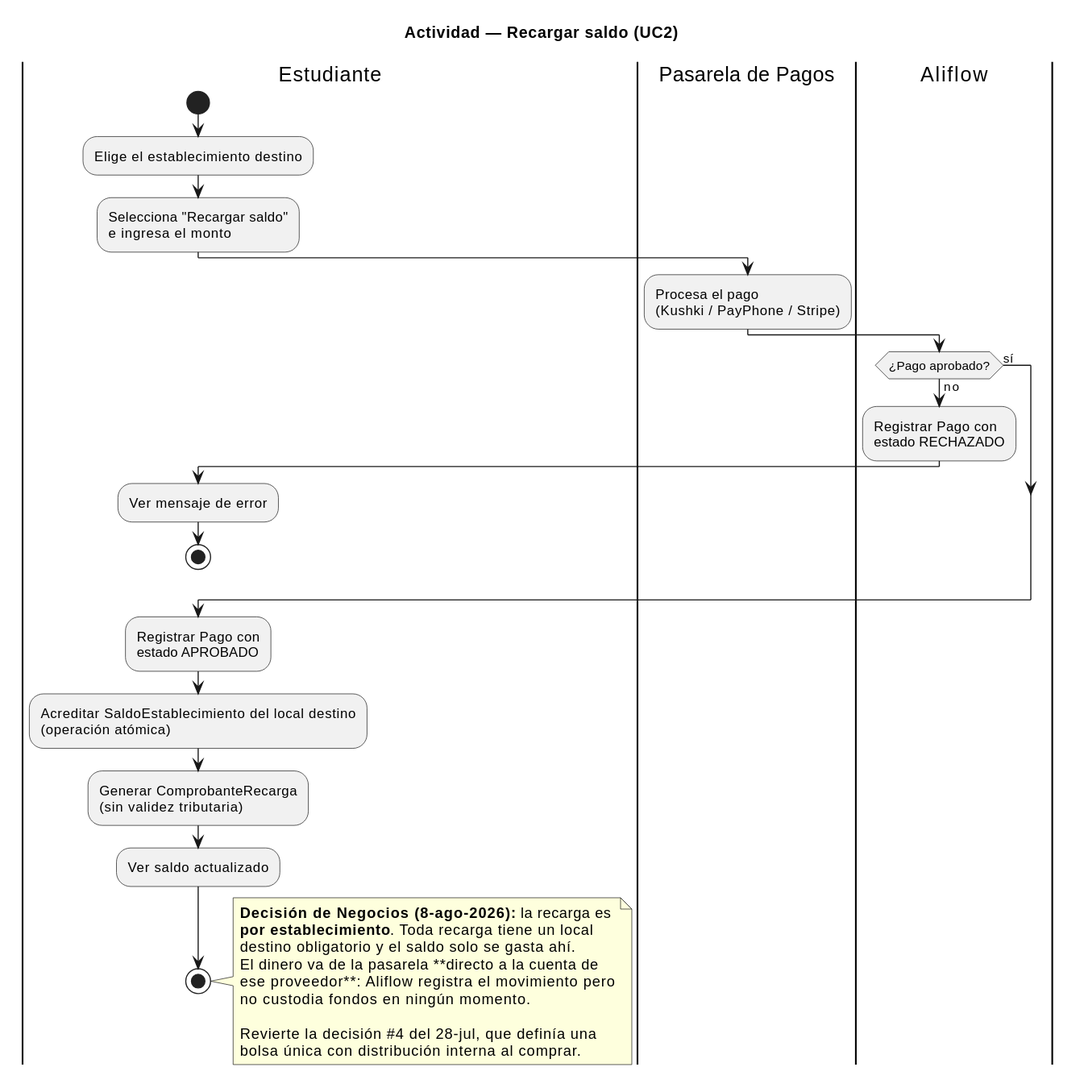
This is Entregables/uml/actividad-recarga-saldo.svg from Jesus-JB/aliflow, a PlantUML export, as it was before one commit.
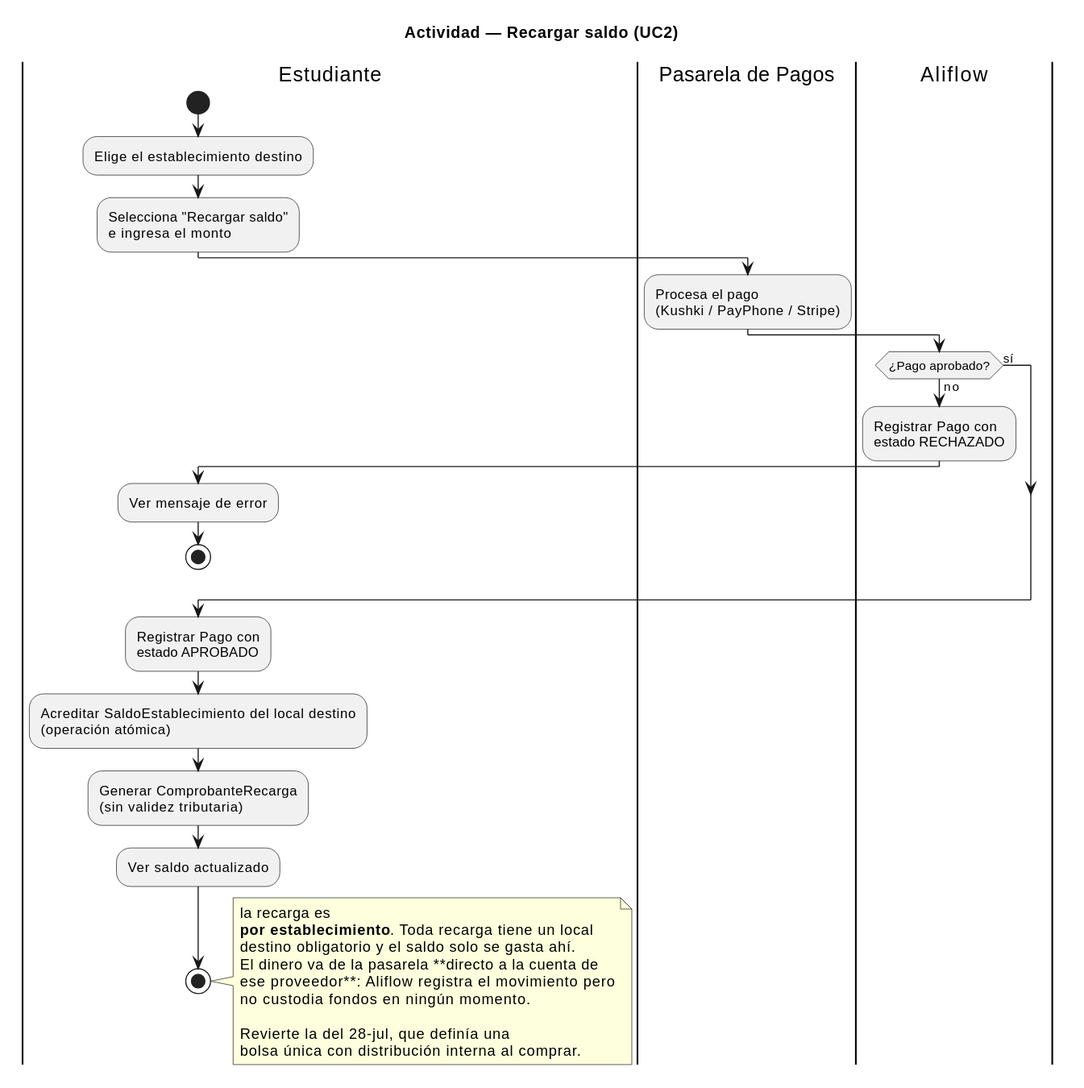
After the commit.

What changed in the source:
```diff
@@ -27,14 +27,14 @@
 stop
 
 note right
-  **Decisión de Negocios (8-ago-2026):** la recarga es
+  la recarga es
   **por establecimiento**. Toda recarga tiene un local
   destino obligatorio y el saldo solo se gasta ahí.
   El dinero va de la pasarela **directo a la cuenta de
   ese proveedor**: Aliflow registra el movimiento pero
   no custodia fondos en ningún momento.
 
-  Revierte la decisión #4 del 28-jul, que definía una
+  Revierte la del 28-jul, que definía una
   bolsa única con distribución interna al comprar.
 end note
 @enduml
```
